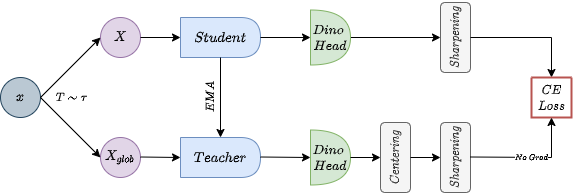
This is images/DINO.drawio.png from ArthurZucker/DeepLearningProject, a draw.io export, as it was before one commit. Source tidied: cells renumbered, new cells last; positions are measured from the earlier drawing's top-left corner, leaving out a move shared by most shapes. Its diagram source:
```xml
<mxGraphModel math="1">
  <root>
    <mxCell id="0" />
    <mxCell id="1" parent="0" />
    <mxCell id="2" value="$$X$$" style="ellipse;whiteSpace=wrap;html=1;fillColor=#e1d5e7;strokeColor=#9673a6;" parent="1" vertex="1">
      <mxGeometry x="100" y="15" width="40" height="40" as="geometry" />
    </mxCell>
    <mxCell id="3" value="&lt;span&gt;$$X_{glob}$$&lt;/span&gt;" style="ellipse;whiteSpace=wrap;html=1;align=center;fillColor=#e1d5e7;strokeColor=#9673a6;" parent="1" vertex="1">
      <mxGeometry x="100" y="135" width="40" height="40" as="geometry" />
    </mxCell>
    <mxCell id="4" value="$$x$$" style="ellipse;whiteSpace=wrap;html=1;fillColor=#bac8d3;strokeColor=#23445d;" parent="1" vertex="1">
      <mxGeometry y="75" width="40" height="40" as="geometry" />
    </mxCell>
    <mxCell id="5" style="endArrow=classic;html=1;rounded=0;entryX=0;entryY=0.5;entryDx=0;entryDy=0;exitX=1;exitY=0.5;exitDx=0;exitDy=0;" parent="1" edge="1" source="4" target="2">
      <mxGeometry relative="1" as="geometry" />
    </mxCell>
    <mxCell id="6" style="endArrow=classic;html=1;rounded=0;entryX=0;entryY=0.5;entryDx=0;entryDy=0;exitX=1;exitY=0.5;exitDx=0;exitDy=0;" parent="1" edge="1" source="4" target="3">
      <mxGeometry relative="1" as="geometry" />
    </mxCell>
    <mxCell id="7" value="$$Student$$" style="shape=delay;whiteSpace=wrap;html=1;fillColor=#dae8fc;strokeColor=#6c8ebf;" parent="1" vertex="1">
      <mxGeometry x="180" y="15" width="80" height="40" as="geometry" />
    </mxCell>
    <mxCell id="8" value="$$Teacher$$" style="shape=delay;whiteSpace=wrap;html=1;fillColor=#dae8fc;strokeColor=#6c8ebf;" parent="1" vertex="1">
      <mxGeometry x="180" y="135" width="80" height="40" as="geometry" />
    </mxCell>
    <mxCell id="9" style="endArrow=classic;html=1;rounded=0;exitX=1;exitY=0.5;exitDx=0;exitDy=0;entryX=0;entryY=0.5;entryDx=0;entryDy=0;" parent="1" edge="1" source="2" target="7">
      <mxGeometry relative="1" as="geometry" />
    </mxCell>
    <mxCell id="10" style="endArrow=classic;html=1;rounded=0;exitX=1;exitY=0.5;exitDx=0;exitDy=0;entryX=0;entryY=0.5;entryDx=0;entryDy=0;" parent="1" edge="1" target="8">
      <mxGeometry relative="1" as="geometry">
        <mxPoint x="140" y="154.5" as="sourcePoint" />
      </mxGeometry>
    </mxCell>
    <mxCell id="11" value="&lt;font style=&quot;font-size: 11px&quot;&gt;$$Dino \;\\&lt;br&gt;Head$$&lt;/font&gt;" style="shape=or;whiteSpace=wrap;html=1;fillColor=#d5e8d4;strokeColor=#82b366;" parent="1" vertex="1">
      <mxGeometry x="310" y="127.5" width="40" height="55" as="geometry" />
    </mxCell>
    <mxCell id="12" style="endArrow=classic;html=1;rounded=0;exitX=1;exitY=0.5;exitDx=0;exitDy=0;entryX=0;entryY=0.5;entryDx=0;entryDy=0;entryPerimeter=0;" parent="1" edge="1" target="11">
      <mxGeometry relative="1" as="geometry">
        <mxPoint x="260" y="154.5" as="sourcePoint" />
      </mxGeometry>
    </mxCell>
    <mxCell id="13" style="endArrow=classic;html=1;rounded=0;entryX=0;entryY=0.5;entryDx=0;entryDy=0;entryPerimeter=0;exitX=1;exitY=0.5;exitDx=0;exitDy=0;" parent="1" edge="1" source="7" target="20">
      <mxGeometry relative="1" as="geometry" />
    </mxCell>
    <mxCell id="14" value="&lt;span style=&quot;font-size: 10px&quot;&gt;$$Centering$$&lt;/span&gt;" style="rounded=1;whiteSpace=wrap;html=1;direction=north;rotation=0;flipH=1;verticalAlign=middle;horizontal=0;align=center;fillColor=#f5f5f5;strokeColor=#666666;fontColor=#333333;" parent="1" vertex="1">
      <mxGeometry x="380" y="120" width="30" height="70" as="geometry" />
    </mxCell>
    <mxCell id="15" value="&lt;span style=&quot;font-size: 10px&quot;&gt;$$Sharpening$$&lt;/span&gt;" style="rounded=1;whiteSpace=wrap;html=1;direction=north;rotation=0;flipH=1;verticalAlign=middle;horizontal=0;align=center;fillColor=#f5f5f5;strokeColor=#666666;fontColor=#333333;" parent="1" vertex="1">
      <mxGeometry x="440" y="120" width="30" height="70" as="geometry" />
    </mxCell>
    <mxCell id="16" value="&lt;font style=&quot;font-size: 10px&quot;&gt;$$Sharpening$$&lt;/font&gt;" style="rounded=1;whiteSpace=wrap;html=1;direction=north;rotation=0;flipH=1;verticalAlign=middle;horizontal=0;align=center;fillColor=#f5f5f5;strokeColor=#666666;fontColor=#333333;" parent="1" vertex="1">
      <mxGeometry x="440" width="30" height="70" as="geometry" />
    </mxCell>
    <mxCell id="17" style="endArrow=classic;html=1;rounded=0;exitX=1;exitY=0.5;exitDx=0;exitDy=0;entryX=0.5;entryY=0;entryDx=0;entryDy=0;exitPerimeter=0;" parent="1" edge="1" source="20" target="16">
      <mxGeometry relative="1" as="geometry" />
    </mxCell>
    <mxCell id="18" style="endArrow=classic;html=1;rounded=0;exitX=1;exitY=0.5;exitDx=0;exitDy=0;entryX=0.5;entryY=0;entryDx=0;entryDy=0;exitPerimeter=0;" parent="1" edge="1" source="11" target="14">
      <mxGeometry relative="1" as="geometry" />
    </mxCell>
    <mxCell id="19" style="endArrow=classic;html=1;rounded=0;entryX=0.5;entryY=0;entryDx=0;entryDy=0;exitX=0.5;exitY=1;exitDx=0;exitDy=0;" parent="1" edge="1" source="14" target="15">
      <mxGeometry relative="1" as="geometry" />
    </mxCell>
    <mxCell id="20" value="&lt;font style=&quot;font-size: 11px&quot;&gt;$$Dino \;\\&lt;br&gt;Head$$&lt;/font&gt;" style="shape=or;whiteSpace=wrap;html=1;fillColor=#d5e8d4;strokeColor=#82b366;" parent="1" vertex="1">
      <mxGeometry x="310" y="7.5" width="40" height="55" as="geometry" />
    </mxCell>
    <mxCell id="21" style="endArrow=classic;html=1;rounded=0;exitX=0.5;exitY=1;exitDx=0;exitDy=0;entryX=0.5;entryY=0;entryDx=0;entryDy=0;" parent="1" edge="1" source="16" target="22">
      <mxGeometry relative="1" as="geometry">
        <Array as="points">
          <mxPoint x="551" y="35" />
        </Array>
      </mxGeometry>
    </mxCell>
    <mxCell id="22" style="swimlane;startSize=0;fontSize=11;fontStyle=0;verticalAlign=top;fillColor=#f8cecc;strokeColor=#b85450;strokeWidth=2;" parent="1" vertex="1">
      <mxGeometry x="531" y="75" width="40" height="40" as="geometry" />
    </mxCell>
    <mxCell id="23" value="$$\;CE\\&lt;br&gt;Loss$$" style="text;html=1;align=center;verticalAlign=middle;strokeColor=none;fillColor=none;fontSize=11;fontColor=#000000;strokeWidth=2;" parent="1" vertex="1">
      <mxGeometry x="521" y="80" width="60" height="30" as="geometry" />
    </mxCell>
    <mxCell id="24" style="endArrow=classic;html=1;rounded=0;fontSize=10;fontColor=#000000;entryX=0.5;entryY=0;entryDx=0;entryDy=0;exitX=0.5;exitY=1;exitDx=0;exitDy=0;" parent="1" edge="1" source="7" target="8">
      <mxGeometry relative="1" as="geometry" />
    </mxCell>
    <mxCell id="25" value="$$EMA$$" style="text;html=1;align=center;verticalAlign=middle;strokeColor=none;fillColor=none;fontSize=10;fontColor=#000000;horizontal=0;" parent="1" vertex="1">
      <mxGeometry x="180" y="85" width="60" height="20" as="geometry" />
    </mxCell>
    <mxCell id="26" value="&lt;div style=&quot;text-align: left&quot;&gt;&lt;span&gt;$$T\sim \tau$$&lt;/span&gt;&lt;/div&gt;" style="text;html=1;align=center;verticalAlign=middle;strokeColor=none;fillColor=none;fontSize=10;fontColor=#000000;" parent="1" vertex="1">
      <mxGeometry x="31" y="85" width="80" height="20" as="geometry" />
    </mxCell>
    <mxCell id="27" style="endArrow=classic;html=1;rounded=0;fontSize=10;fontColor=#000000;entryX=0.5;entryY=1;entryDx=0;entryDy=0;" parent="1" edge="1" target="22">
      <mxGeometry relative="1" as="geometry">
        <mxPoint x="470" y="154.5" as="sourcePoint" />
        <Array as="points">
          <mxPoint x="551" y="155" />
        </Array>
      </mxGeometry>
    </mxCell>
    <mxCell id="28" value="&lt;font style=&quot;font-size: 7px&quot;&gt;$$No \; Grad$$&lt;/font&gt;" style="edgeLabel;html=1;align=center;verticalAlign=middle;fontSize=10;fontColor=#000000;strokeWidth=2;" parent="27" vertex="1">
      <mxGeometry relative="1" as="geometry" />
    </mxCell>
  </root>
</mxGraphModel>
```
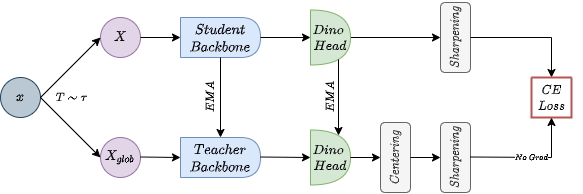
The same file after the commit.

What changed in the source:
```diff
@@ -17,10 +17,10 @@
     <mxCell id="6" style="endArrow=classic;html=1;rounded=0;entryX=0;entryY=0.5;entryDx=0;entryDy=0;exitX=1;exitY=0.5;exitDx=0;exitDy=0;" parent="1" edge="1" source="4" target="3">
       <mxGeometry relative="1" as="geometry" />
     </mxCell>
-    <mxCell id="7" value="$$Student$$" style="shape=delay;whiteSpace=wrap;html=1;fillColor=#dae8fc;strokeColor=#6c8ebf;" parent="1" vertex="1">
+    <mxCell id="7" value="$$Student \\Backbone$$" style="shape=delay;whiteSpace=wrap;html=1;fillColor=#dae8fc;strokeColor=#6c8ebf;" parent="1" vertex="1">
       <mxGeometry x="180" y="15" width="80" height="40" as="geometry" />
     </mxCell>
-    <mxCell id="8" value="$$Teacher$$" style="shape=delay;whiteSpace=wrap;html=1;fillColor=#dae8fc;strokeColor=#6c8ebf;" parent="1" vertex="1">
+    <mxCell id="8" value="$$Teacher \\Backbone$$" style="shape=delay;whiteSpace=wrap;html=1;fillColor=#dae8fc;strokeColor=#6c8ebf;" parent="1" vertex="1">
       <mxGeometry x="180" y="135" width="80" height="40" as="geometry" />
     </mxCell>
     <mxCell id="9" style="endArrow=classic;html=1;rounded=0;exitX=1;exitY=0.5;exitDx=0;exitDy=0;entryX=0;entryY=0.5;entryDx=0;entryDy=0;" parent="1" edge="1" source="2" target="7">
@@ -96,5 +96,11 @@
     <mxCell id="28" value="&lt;font style=&quot;font-size: 7px&quot;&gt;$$No \; Grad$$&lt;/font&gt;" style="edgeLabel;html=1;align=center;verticalAlign=middle;fontSize=10;fontColor=#000000;strokeWidth=2;" parent="27" vertex="1">
       <mxGeometry relative="1" as="geometry" />
     </mxCell>
+    <mxCell id="29" style="endArrow=classic;html=1;rounded=0;fontSize=10;fontColor=#000000;entryX=0.7;entryY=0.1;entryDx=0;entryDy=0;exitX=0.7;exitY=0.9;exitDx=0;exitDy=0;exitPerimeter=0;entryPerimeter=0;" parent="1" edge="1" source="20" target="11">
+      <mxGeometry relative="1" as="geometry" />
+    </mxCell>
+    <mxCell id="30" value="$$EMA$$" style="text;html=1;align=center;verticalAlign=middle;strokeColor=none;fillColor=none;fontSize=10;fontColor=#000000;horizontal=0;" parent="1" vertex="1">
+      <mxGeometry x="300" y="85" width="60" height="20" as="geometry" />
+    </mxCell>
   </root>
 </mxGraphModel>
```
